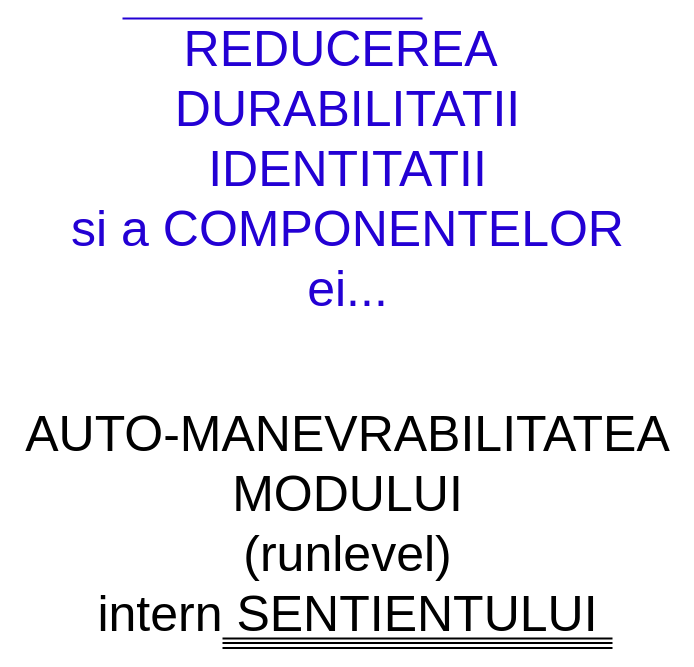
Earlier version of the draw.io diagram 56F58CA9-F6A8-4874-A11C-349372507006_1_201_a.drawio.xml (sheeperoni/Diagrams). Source tidied: cells renumbered, new cells numbered last; positions are measured from the earlier drawing's top-left corner, leaving out a move shared by most shapes. Both pictures are drawn from the tidied source at 100%, with x=0, y=0 at pixel (17, 18).
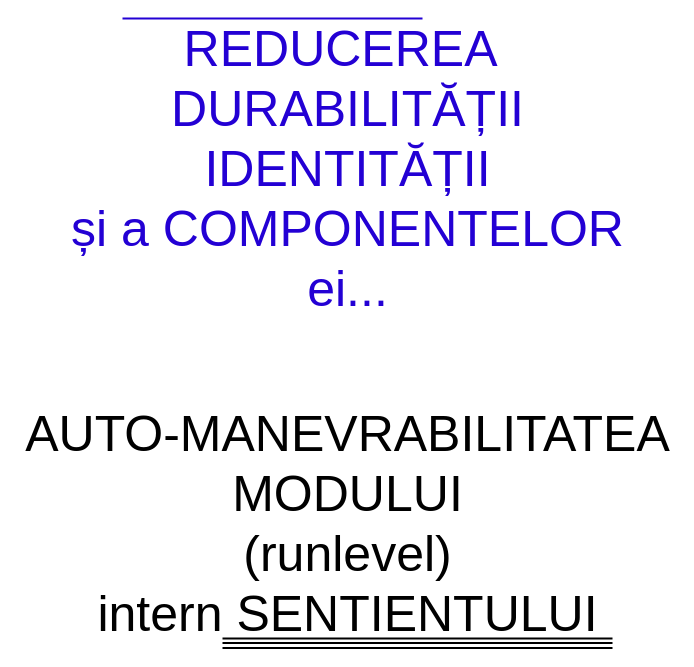
The same diagram, later.

What changed in the source:
```diff
@@
 <mxGraphModel>
   <root>
     <mxCell id="0" />
     <mxCell id="1" parent="0" />
-    <mxCell id="2" value="&lt;font style=&quot;font-size: 50px&quot; color=&quot;#2300d4&quot;&gt;REDUCEREA&amp;nbsp;&lt;br&gt;DURABILITATII&lt;br&gt;IDENTITATII&lt;br&gt;si a COMPONENTELOR&lt;br&gt;ei...&lt;br&gt;&lt;/font&gt;" style="text;html=1;align=center;verticalAlign=middle;strokeColor=none;fillColor=none;" parent="1" vertex="1">
+    <mxCell id="2" value="&lt;font style=&quot;font-size: 50px&quot; color=&quot;#2300d4&quot;&gt;REDUCEREA&amp;nbsp;&lt;br&gt;DURABILITĂȚII&lt;br&gt;IDENTITĂȚII&lt;br&gt;și a COMPONENTELOR&lt;br&gt;ei...&lt;br&gt;&lt;/font&gt;" style="text;html=1;align=center;verticalAlign=middle;strokeColor=none;fillColor=none;" parent="1" vertex="1">
       <mxGeometry x="45" y="80" width="570" height="140" as="geometry" />
     </mxCell>
     <mxCell id="3" value="&lt;font color=&quot;#000000&quot;&gt;AUTO-MANEVRABILITATEA&lt;br&gt;MODULUI&lt;br&gt;(runlevel)&lt;br&gt;intern SENTIENTULUI&lt;br&gt;&lt;/font&gt;" style="text;html=1;align=center;verticalAlign=middle;strokeColor=none;fillColor=none;fontSize=50;fontColor=#2300D4;" parent="1" vertex="1">
       <mxGeometry y="380" width="660" height="250" as="geometry" />
     </mxCell>
     <mxCell id="4" style="endArrow=none;html=1;rounded=0;fontSize=50;fontColor=#000000;strokeWidth=2;" parent="1" edge="1">
       <mxGeometry relative="1" as="geometry">
         <mxPoint x="205" y="620" as="sourcePoint" />
         <mxPoint x="595" y="620" as="targetPoint" />
       </mxGeometry>
     </mxCell>
     <mxCell id="5" style="endArrow=none;html=1;rounded=0;fontSize=50;fontColor=#000000;strokeWidth=2;" parent="1" edge="1">
       <mxGeometry relative="1" as="geometry">
         <mxPoint x="205" y="624.6" as="sourcePoint" />
         <mxPoint x="595" y="624.6" as="targetPoint" />
       </mxGeometry>
     </mxCell>
     <mxCell id="6" style="endArrow=none;html=1;rounded=0;fontSize=50;fontColor=#000000;strokeWidth=2;" parent="1" edge="1">
       <mxGeometry relative="1" as="geometry">
         <mxPoint x="205" y="629.6" as="sourcePoint" />
         <mxPoint x="595" y="629.6" as="targetPoint" />
       </mxGeometry>
     </mxCell>
     <mxCell id="7" style="endArrow=none;html=1;rounded=0;fontSize=50;fontColor=#000000;strokeWidth=2;strokeColor=#2300D4;" parent="1" edge="1">
       <mxGeometry relative="1" as="geometry">
         <mxPoint x="105" as="sourcePoint" />
         <mxPoint x="405" as="targetPoint" />
       </mxGeometry>
     </mxCell>
   </root>
 </mxGraphModel>
```
